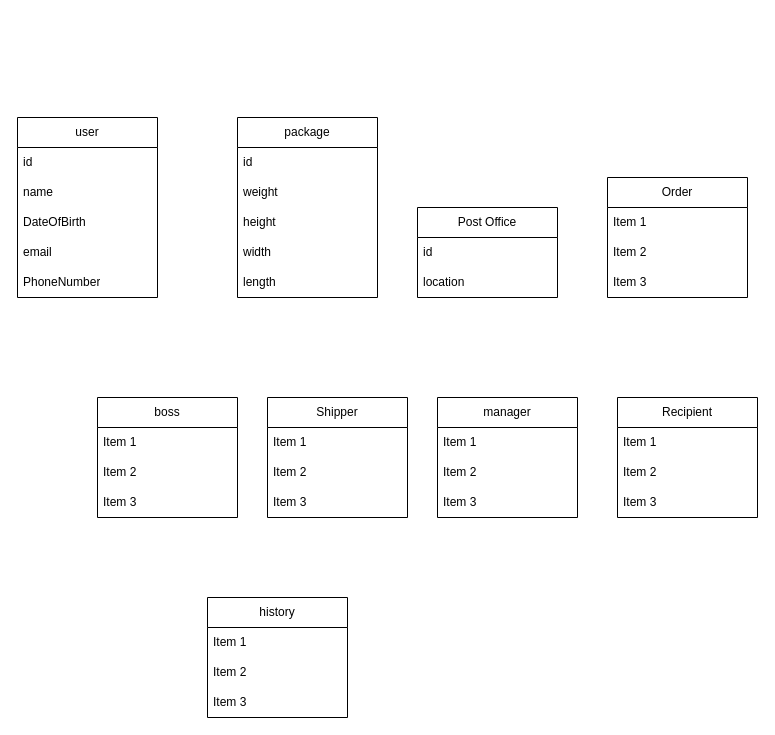
The draw.io diagram Class.drawio in tienyasuo729/PRJ_group_3_project, before the edit. Source tidied: cells renumbered, new cells numbered last; positions are measured from the earlier drawing's top-left corner, leaving out a move shared by most shapes. Both pictures are drawn from the tidied source at 100%, with x=0, y=0 at pixel (17, 117).
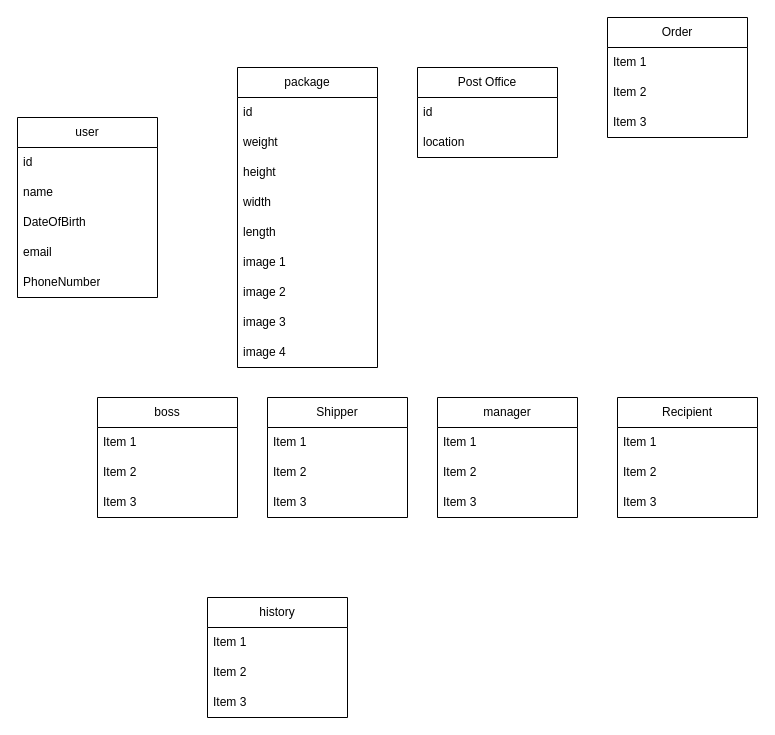
The same diagram, later.

What changed in the source:
```diff
@@
     <mxCell id="8" value="package" style="swimlane;fontStyle=0;horizontal=1;startSize=30;whiteSpace=wrap;html=1;" parent="1" vertex="1">
-      <mxGeometry x="220" width="140" height="180" as="geometry" />
+      <mxGeometry x="220" y="-50" width="140" height="300" as="geometry" />
     </mxCell>
@@
+    <mxCell id="41" value="image 1" style="text;strokeColor=none;fillColor=none;align=left;verticalAlign=middle;spacingLeft=4;spacingRight=4;overflow=hidden;whiteSpace=wrap;html=1;" parent="8" vertex="1">
+      <mxGeometry y="180" width="140" height="30" as="geometry" />
+    </mxCell>
+    <mxCell id="42" value="image 2" style="text;strokeColor=none;fillColor=none;align=left;verticalAlign=middle;spacingLeft=4;spacingRight=4;overflow=hidden;whiteSpace=wrap;html=1;" parent="8" vertex="1">
+      <mxGeometry y="210" width="140" height="30" as="geometry" />
+    </mxCell>
+    <mxCell id="43" value="image 3" style="text;strokeColor=none;fillColor=none;align=left;verticalAlign=middle;spacingLeft=4;spacingRight=4;overflow=hidden;whiteSpace=wrap;html=1;" parent="8" vertex="1">
+      <mxGeometry y="240" width="140" height="30" as="geometry" />
+    </mxCell>
+    <mxCell id="44" value="image 4" style="text;strokeColor=none;fillColor=none;align=left;verticalAlign=middle;spacingLeft=4;spacingRight=4;overflow=hidden;whiteSpace=wrap;html=1;" parent="8" vertex="1">
+      <mxGeometry y="270" width="140" height="30" as="geometry" />
+    </mxCell>
     <mxCell id="14" value="Post Office" style="swimlane;fontStyle=0;horizontal=1;startSize=30;whiteSpace=wrap;html=1;" parent="1" vertex="1">
-      <mxGeometry x="400" y="90" width="140" height="90" as="geometry" />
+      <mxGeometry x="400" y="-50" width="140" height="90" as="geometry" />
     </mxCell>
@@
     <mxCell id="29" value="Order" style="swimlane;fontStyle=0;horizontal=1;startSize=30;whiteSpace=wrap;html=1;" parent="1" vertex="1">
-      <mxGeometry x="590" y="60" width="140" height="120" as="geometry" />
+      <mxGeometry x="590" y="-100" width="140" height="120" as="geometry" />
     </mxCell>
```
